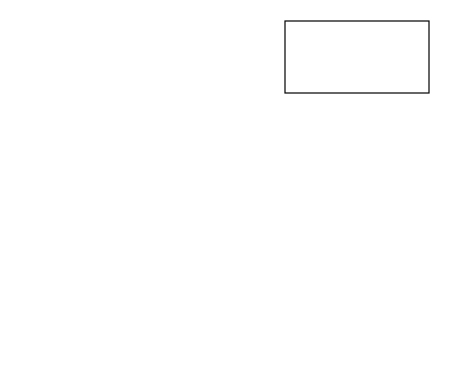
The draw.io diagram SchoolWork/未命名绘图.drawio in BestLmy/bestlmy, before the edit. Source tidied: cells renumbered, new cells numbered last; positions are measured from the earlier drawing's top-left corner, leaving out a move shared by most shapes. Both pictures are drawn from the tidied source at 120%, with x=0, y=0 at pixel (284, 20).
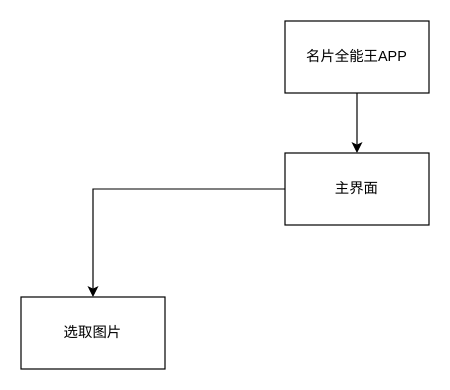
Above is the later version.

Commit message:
更新未命名绘图.drawio

The edit, as a diff of the source:
```diff
@@
 <mxGraphModel>
   <root>
     <mxCell id="0" />
     <mxCell id="1" parent="0" />
+    <mxCell id="3" style="edgeStyle=orthogonalEdgeStyle;rounded=0;jettySize=auto;html=1;" parent="1" edge="1" source="2" target="5">
+      <mxGeometry relative="1" as="geometry" />
+    </mxCell>
-    <mxCell id="2" style="rounded=0;whiteSpace=wrap;html=1;" parent="1" vertex="1">
+    <mxCell id="2" value="名片全能王APP" style="rounded=0;whiteSpace=wrap;html=1;" parent="1" vertex="1">
       <mxGeometry width="120" height="60" as="geometry" />
     </mxCell>
+    <mxCell id="4" style="edgeStyle=orthogonalEdgeStyle;rounded=0;jettySize=auto;html=1;" parent="1" edge="1" source="5" target="6">
+      <mxGeometry relative="1" as="geometry" />
+    </mxCell>
+    <mxCell id="5" value="主界面" style="rounded=0;whiteSpace=wrap;html=1;" parent="1" vertex="1">
+      <mxGeometry y="110" width="120" height="60" as="geometry" />
+    </mxCell>
+    <mxCell id="6" value="选取图片" style="rounded=0;whiteSpace=wrap;html=1;" parent="1" vertex="1">
+      <mxGeometry x="-220" y="230" width="120" height="60" as="geometry" />
+    </mxCell>
   </root>
 </mxGraphModel>
```
